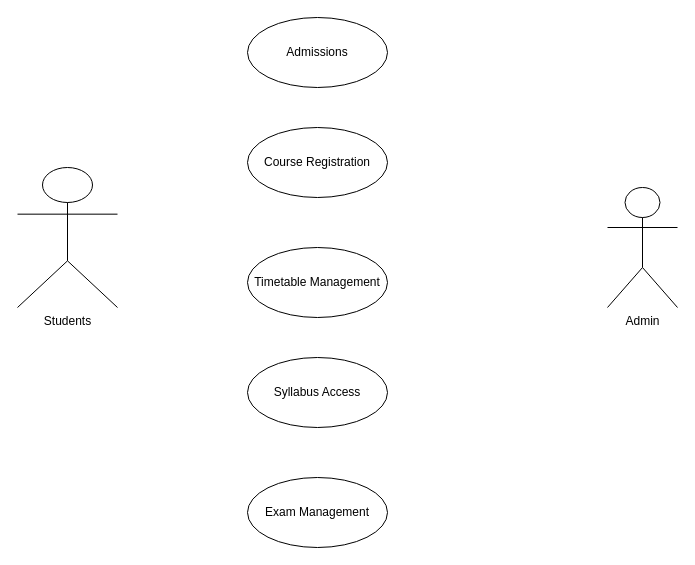
Earlier version of the draw.io diagram Lab1.drawio (AdityaJyoti2002/calendar-). Source tidied: cells renumbered, new cells numbered last; positions are measured from the earlier drawing's top-left corner, leaving out a move shared by most shapes. Both pictures are drawn from the tidied source at 100%, with x=0, y=0 at pixel (17, 17).
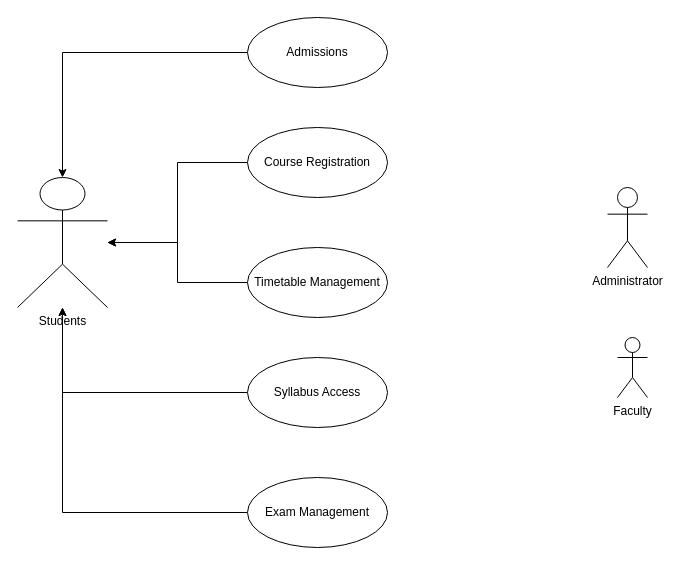
After the change.

What changed in the source:
```diff
@@
 <mxGraphModel>
   <root>
     <mxCell id="0" />
     <mxCell id="1" parent="0" />
     <mxCell id="2" value="Students" style="shape=umlActor;verticalLabelPosition=bottom;verticalAlign=top;html=1;outlineConnect=0;" parent="1" vertex="1">
-      <mxGeometry y="150" width="100" height="140" as="geometry" />
+      <mxGeometry y="160" width="90" height="130" as="geometry" />
     </mxCell>
+    <mxCell id="9" style="edgeStyle=orthogonalEdgeStyle;rounded=0;jettySize=auto;html=1;exitX=0;exitY=0.5;exitDx=0;exitDy=0;entryX=0.5;entryY=0;entryDx=0;entryDy=0;entryPerimeter=0;" parent="1" edge="1" source="3" target="2">
+      <mxGeometry relative="1" as="geometry" />
+    </mxCell>
     <mxCell id="3" value="Admissions" style="ellipse;whiteSpace=wrap;html=1;" parent="1" vertex="1">
       <mxGeometry x="230" width="140" height="70" as="geometry" />
     </mxCell>
+    <mxCell id="10" style="edgeStyle=orthogonalEdgeStyle;rounded=0;jettySize=auto;html=1;" parent="1" edge="1" source="4" target="2">
+      <mxGeometry relative="1" as="geometry" />
+    </mxCell>
     <mxCell id="4" value="Course Registration" style="ellipse;whiteSpace=wrap;html=1;" parent="1" vertex="1">
       <mxGeometry x="230" y="110" width="140" height="70" as="geometry" />
     </mxCell>
+    <mxCell id="11" style="edgeStyle=orthogonalEdgeStyle;rounded=0;jettySize=auto;html=1;" parent="1" edge="1" source="5" target="2">
+      <mxGeometry relative="1" as="geometry" />
+    </mxCell>
     <mxCell id="5" value="Timetable Management" style="ellipse;whiteSpace=wrap;html=1;" parent="1" vertex="1">
       <mxGeometry x="230" y="230" width="140" height="70" as="geometry" />
     </mxCell>
+    <mxCell id="12" style="edgeStyle=orthogonalEdgeStyle;rounded=0;jettySize=auto;html=1;" parent="1" edge="1" source="6" target="2">
+      <mxGeometry relative="1" as="geometry" />
+    </mxCell>
     <mxCell id="6" value="Syllabus Access" style="ellipse;whiteSpace=wrap;html=1;" parent="1" vertex="1">
       <mxGeometry x="230" y="340" width="140" height="70" as="geometry" />
     </mxCell>
+    <mxCell id="13" style="edgeStyle=orthogonalEdgeStyle;rounded=0;jettySize=auto;html=1;" parent="1" edge="1" source="7" target="2">
+      <mxGeometry relative="1" as="geometry" />
+    </mxCell>
     <mxCell id="7" value="Exam Management" style="ellipse;whiteSpace=wrap;html=1;" parent="1" vertex="1">
       <mxGeometry x="230" y="460" width="140" height="70" as="geometry" />
     </mxCell>
-    <mxCell id="8" value="Admin" style="shape=umlActor;verticalLabelPosition=bottom;verticalAlign=top;html=1;" parent="1" vertex="1">
-      <mxGeometry x="590" y="170" width="70" height="120" as="geometry" />
+    <mxCell id="8" value="Administrator" style="shape=umlActor;verticalLabelPosition=bottom;verticalAlign=top;html=1;" parent="1" vertex="1">
+      <mxGeometry x="590" y="170" width="40" height="80" as="geometry" />
     </mxCell>
+    <mxCell id="14" value="Faculty" style="shape=umlActor;verticalLabelPosition=bottom;verticalAlign=top;html=1;" parent="1" vertex="1">
+      <mxGeometry x="600" y="320" width="30" height="60" as="geometry" />
+    </mxCell>
   </root>
 </mxGraphModel>
```
